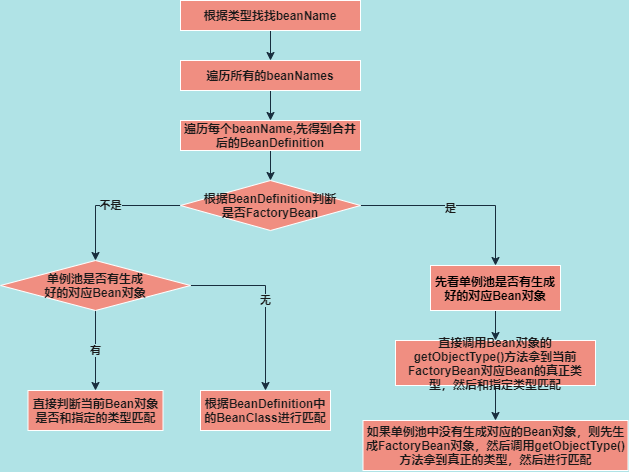
The draw.io diagram docs/spring/imgs/DefaultListableBeanFactory根据类型找beanName的底层流程.png in turn-left/turn-left.github.io, before a commit. Source tidied: cells renumbered, new cells last; positions are measured from the earlier drawing's top-left corner, leaving out a move shared by most shapes. The source it was exported from:
```xml
<mxGraphModel background="#B0E3E6">
  <root>
    <mxCell id="0" />
    <mxCell id="1" parent="0" />
    <mxCell id="2" style="edgeStyle=orthogonalEdgeStyle;rounded=0;jettySize=auto;html=1;fontStyle=1;strokeColor=#182E3E;fontColor=#1A1A1A;labelBackgroundColor=#B0E3E6;" parent="1" edge="1" source="3" target="5">
      <mxGeometry relative="1" as="geometry" />
    </mxCell>
    <mxCell id="3" value="根据类型找找beanName" style="rounded=0;whiteSpace=wrap;html=1;fontStyle=1;fillColor=#F08E81;strokeColor=#FFFFFF;fontColor=#1A1A1A;" parent="1" vertex="1">
      <mxGeometry x="180" width="180" height="30" as="geometry" />
    </mxCell>
    <mxCell id="4" style="edgeStyle=orthogonalEdgeStyle;rounded=0;jettySize=auto;html=1;fontStyle=1;strokeColor=#182E3E;fontColor=#1A1A1A;labelBackgroundColor=#B0E3E6;" parent="1" edge="1" source="5" target="7">
      <mxGeometry relative="1" as="geometry" />
    </mxCell>
    <mxCell id="5" value="遍历所有的beanNames" style="rounded=0;whiteSpace=wrap;html=1;fontStyle=1;fillColor=#F08E81;strokeColor=#FFFFFF;fontColor=#1A1A1A;" parent="1" vertex="1">
      <mxGeometry x="180" y="60" width="180" height="30" as="geometry" />
    </mxCell>
    <mxCell id="6" style="edgeStyle=orthogonalEdgeStyle;rounded=0;jettySize=auto;html=1;fontStyle=1;strokeColor=#182E3E;fontColor=#1A1A1A;labelBackgroundColor=#B0E3E6;" parent="1" edge="1" source="7" target="11">
      <mxGeometry relative="1" as="geometry" />
    </mxCell>
    <mxCell id="7" value="遍历每个beanName,先得到合并后的BeanDefinition" style="rounded=0;whiteSpace=wrap;html=1;fontStyle=1;fillColor=#F08E81;strokeColor=#FFFFFF;fontColor=#1A1A1A;" parent="1" vertex="1">
      <mxGeometry x="180" y="120" width="180" height="30" as="geometry" />
    </mxCell>
    <mxCell id="8" value="不是" style="edgeStyle=orthogonalEdgeStyle;rounded=0;jettySize=auto;html=1;entryX=0.5;entryY=0;entryDx=0;entryDy=0;exitX=0;exitY=0.5;exitDx=0;exitDy=0;fontStyle=1;strokeColor=#182E3E;fontColor=#1A1A1A;labelBackgroundColor=#B0E3E6;" parent="1" edge="1" source="11" target="14">
      <mxGeometry relative="1" as="geometry" />
    </mxCell>
    <mxCell id="9" style="edgeStyle=orthogonalEdgeStyle;rounded=0;jettySize=auto;html=1;fontStyle=1;strokeColor=#182E3E;fontColor=#1A1A1A;labelBackgroundColor=#B0E3E6;" parent="1" edge="1" source="11" target="18">
      <mxGeometry relative="1" as="geometry" />
    </mxCell>
    <mxCell id="10" value="是" style="edgeLabel;html=1;align=center;verticalAlign=middle;fontStyle=1;fontColor=#1A1A1A;labelBackgroundColor=#B0E3E6;" parent="9" vertex="1">
      <mxGeometry x="-0.08" y="-3" relative="1" as="geometry" />
    </mxCell>
    <mxCell id="11" value="根据BeanDefinition判断&lt;br&gt;是否FactoryBean" style="rhombus;whiteSpace=wrap;html=1;rounded=0;fontStyle=1;fillColor=#F08E81;strokeColor=#FFFFFF;fontColor=#1A1A1A;" parent="1" vertex="1">
      <mxGeometry x="180" y="180" width="180" height="50" as="geometry" />
    </mxCell>
    <mxCell id="12" value="有" style="edgeStyle=orthogonalEdgeStyle;rounded=0;jettySize=auto;html=1;fontStyle=1;strokeColor=#182E3E;fontColor=#1A1A1A;labelBackgroundColor=#B0E3E6;" parent="1" edge="1" source="14" target="15">
      <mxGeometry relative="1" as="geometry" />
    </mxCell>
    <mxCell id="13" value="无" style="edgeStyle=orthogonalEdgeStyle;rounded=0;jettySize=auto;html=1;fontStyle=1;strokeColor=#182E3E;fontColor=#1A1A1A;labelBackgroundColor=#B0E3E6;" parent="1" edge="1" source="14" target="16">
      <mxGeometry relative="1" as="geometry" />
    </mxCell>
    <mxCell id="14" value="单例池是否有生成&lt;br&gt;好的对应Bean对象" style="rhombus;whiteSpace=wrap;html=1;fontStyle=1;fillColor=#F08E81;strokeColor=#FFFFFF;fontColor=#1A1A1A;" parent="1" vertex="1">
      <mxGeometry y="260" width="190" height="50" as="geometry" />
    </mxCell>
    <mxCell id="15" value="直接判断当前Bean对象是否和指定的类型匹配" style="whiteSpace=wrap;html=1;fontStyle=1;fillColor=#F08E81;strokeColor=#FFFFFF;fontColor=#1A1A1A;" parent="1" vertex="1">
      <mxGeometry x="27.5" y="390" width="135" height="40" as="geometry" />
    </mxCell>
    <mxCell id="16" value="根据BeanDefinition中的BeanClass进行匹配" style="whiteSpace=wrap;html=1;fontStyle=1;fillColor=#F08E81;strokeColor=#FFFFFF;fontColor=#1A1A1A;" parent="1" vertex="1">
      <mxGeometry x="200" y="390" width="130" height="40" as="geometry" />
    </mxCell>
    <mxCell id="17" style="edgeStyle=orthogonalEdgeStyle;rounded=0;jettySize=auto;html=1;fontStyle=1;strokeColor=#182E3E;fontColor=#1A1A1A;labelBackgroundColor=#B0E3E6;" parent="1" edge="1" source="18" target="20">
      <mxGeometry relative="1" as="geometry" />
    </mxCell>
    <mxCell id="18" value="&lt;span style=&quot;color: rgb(0 , 0 , 0) ; font-family: &amp;#34;helvetica&amp;#34;&quot;&gt;先看单例池是否有生成&lt;/span&gt;&lt;span style=&quot;color: rgb(0 , 0 , 0) ; font-family: &amp;#34;helvetica&amp;#34;&quot;&gt;好的对应Bean对象&lt;/span&gt;" style="rounded=0;whiteSpace=wrap;html=1;fontStyle=1;fillColor=#F08E81;strokeColor=#FFFFFF;fontColor=#1A1A1A;" parent="1" vertex="1">
      <mxGeometry x="430" y="265" width="130" height="45" as="geometry" />
    </mxCell>
    <mxCell id="19" style="edgeStyle=orthogonalEdgeStyle;rounded=0;jettySize=auto;html=1;fontStyle=1;strokeColor=#182E3E;fontColor=#1A1A1A;labelBackgroundColor=#B0E3E6;" parent="1" edge="1" source="20" target="21">
      <mxGeometry relative="1" as="geometry" />
    </mxCell>
    <mxCell id="20" value="&lt;font face=&quot;helvetica&quot;&gt;直接调用Bean对象的getObjectType()方法拿到当前FactoryBean对应Bean的真正类型，然后和指定类型匹配&lt;/font&gt;" style="rounded=0;whiteSpace=wrap;html=1;fontStyle=1;fillColor=#F08E81;strokeColor=#FFFFFF;fontColor=#1A1A1A;" parent="1" vertex="1">
      <mxGeometry x="395" y="340" width="200" height="45" as="geometry" />
    </mxCell>
    <mxCell id="21" value="&lt;font face=&quot;helvetica&quot;&gt;如果单例池中没有生成对应的Bean对象，则先生成FactoryBean对象，然后调用getObjectType()方法拿到真正的类型，然后进行匹配&lt;/font&gt;" style="rounded=0;whiteSpace=wrap;html=1;fontStyle=1;fillColor=#F08E81;strokeColor=#FFFFFF;fontColor=#1A1A1A;" parent="1" vertex="1">
      <mxGeometry x="362.5" y="420" width="265" height="50" as="geometry" />
    </mxCell>
  </root>
</mxGraphModel>
```
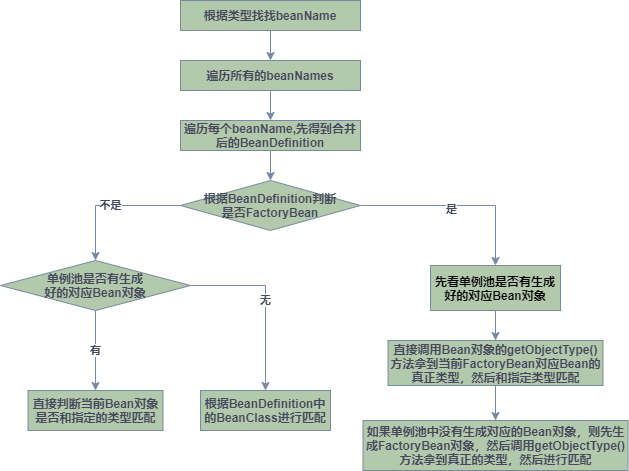
After the commit.

What changed in the source:
```diff
@@ -1,65 +1,65 @@
-<mxGraphModel background="#B0E3E6">
+<mxGraphModel>
   <root>
     <mxCell id="0" />
     <mxCell id="1" parent="0" />
-    <mxCell id="2" style="edgeStyle=orthogonalEdgeStyle;rounded=0;jettySize=auto;html=1;fontStyle=1;strokeColor=#182E3E;fontColor=#1A1A1A;labelBackgroundColor=#B0E3E6;" parent="1" edge="1" source="3" target="5">
+    <mxCell id="2" style="edgeStyle=orthogonalEdgeStyle;rounded=0;jettySize=auto;html=1;fontStyle=1;strokeColor=#788AA3;fontColor=#46495D;" parent="1" edge="1" source="3" target="5">
       <mxGeometry relative="1" as="geometry" />
     </mxCell>
-    <mxCell id="3" value="根据类型找找beanName" style="rounded=0;whiteSpace=wrap;html=1;fontStyle=1;fillColor=#F08E81;strokeColor=#FFFFFF;fontColor=#1A1A1A;" parent="1" vertex="1">
+    <mxCell id="3" value="根据类型找找beanName" style="rounded=0;whiteSpace=wrap;html=1;fontStyle=1;fillColor=#B2C9AB;strokeColor=#788AA3;fontColor=#46495D;" parent="1" vertex="1">
       <mxGeometry x="180" width="180" height="30" as="geometry" />
     </mxCell>
-    <mxCell id="4" style="edgeStyle=orthogonalEdgeStyle;rounded=0;jettySize=auto;html=1;fontStyle=1;strokeColor=#182E3E;fontColor=#1A1A1A;labelBackgroundColor=#B0E3E6;" parent="1" edge="1" source="5" target="7">
+    <mxCell id="4" style="edgeStyle=orthogonalEdgeStyle;rounded=0;jettySize=auto;html=1;fontStyle=1;strokeColor=#788AA3;fontColor=#46495D;" parent="1" edge="1" source="5" target="7">
       <mxGeometry relative="1" as="geometry" />
     </mxCell>
-    <mxCell id="5" value="遍历所有的beanNames" style="rounded=0;whiteSpace=wrap;html=1;fontStyle=1;fillColor=#F08E81;strokeColor=#FFFFFF;fontColor=#1A1A1A;" parent="1" vertex="1">
+    <mxCell id="5" value="遍历所有的beanNames" style="rounded=0;whiteSpace=wrap;html=1;fontStyle=1;fillColor=#B2C9AB;strokeColor=#788AA3;fontColor=#46495D;" parent="1" vertex="1">
       <mxGeometry x="180" y="60" width="180" height="30" as="geometry" />
     </mxCell>
-    <mxCell id="6" style="edgeStyle=orthogonalEdgeStyle;rounded=0;jettySize=auto;html=1;fontStyle=1;strokeColor=#182E3E;fontColor=#1A1A1A;labelBackgroundColor=#B0E3E6;" parent="1" edge="1" source="7" target="11">
+    <mxCell id="6" style="edgeStyle=orthogonalEdgeStyle;rounded=0;jettySize=auto;html=1;fontStyle=1;strokeColor=#788AA3;fontColor=#46495D;" parent="1" edge="1" source="7" target="11">
       <mxGeometry relative="1" as="geometry" />
     </mxCell>
-    <mxCell id="7" value="遍历每个beanName,先得到合并后的BeanDefinition" style="rounded=0;whiteSpace=wrap;html=1;fontStyle=1;fillColor=#F08E81;strokeColor=#FFFFFF;fontColor=#1A1A1A;" parent="1" vertex="1">
+    <mxCell id="7" value="遍历每个beanName,先得到合并后的BeanDefinition" style="rounded=0;whiteSpace=wrap;html=1;fontStyle=1;fillColor=#B2C9AB;strokeColor=#788AA3;fontColor=#46495D;" parent="1" vertex="1">
       <mxGeometry x="180" y="120" width="180" height="30" as="geometry" />
     </mxCell>
-    <mxCell id="8" value="不是" style="edgeStyle=orthogonalEdgeStyle;rounded=0;jettySize=auto;html=1;entryX=0.5;entryY=0;entryDx=0;entryDy=0;exitX=0;exitY=0.5;exitDx=0;exitDy=0;fontStyle=1;strokeColor=#182E3E;fontColor=#1A1A1A;labelBackgroundColor=#B0E3E6;" parent="1" edge="1" source="11" target="14">
+    <mxCell id="8" value="不是" style="edgeStyle=orthogonalEdgeStyle;rounded=0;jettySize=auto;html=1;entryX=0.5;entryY=0;entryDx=0;entryDy=0;exitX=0;exitY=0.5;exitDx=0;exitDy=0;fontStyle=1;strokeColor=#788AA3;fontColor=#46495D;" parent="1" edge="1" source="11" target="14">
       <mxGeometry relative="1" as="geometry" />
     </mxCell>
-    <mxCell id="9" style="edgeStyle=orthogonalEdgeStyle;rounded=0;jettySize=auto;html=1;fontStyle=1;strokeColor=#182E3E;fontColor=#1A1A1A;labelBackgroundColor=#B0E3E6;" parent="1" edge="1" source="11" target="18">
+    <mxCell id="9" style="edgeStyle=orthogonalEdgeStyle;rounded=0;jettySize=auto;html=1;fontStyle=1;strokeColor=#788AA3;fontColor=#46495D;" parent="1" edge="1" source="11" target="18">
       <mxGeometry relative="1" as="geometry" />
     </mxCell>
-    <mxCell id="10" value="是" style="edgeLabel;html=1;align=center;verticalAlign=middle;fontStyle=1;fontColor=#1A1A1A;labelBackgroundColor=#B0E3E6;" parent="9" vertex="1">
+    <mxCell id="10" value="是" style="edgeLabel;html=1;align=center;verticalAlign=middle;fontStyle=1;fontColor=#46495D;" parent="9" vertex="1">
       <mxGeometry x="-0.08" y="-3" relative="1" as="geometry" />
     </mxCell>
-    <mxCell id="11" value="根据BeanDefinition判断&lt;br&gt;是否FactoryBean" style="rhombus;whiteSpace=wrap;html=1;rounded=0;fontStyle=1;fillColor=#F08E81;strokeColor=#FFFFFF;fontColor=#1A1A1A;" parent="1" vertex="1">
+    <mxCell id="11" value="根据BeanDefinition判断&lt;br&gt;是否FactoryBean" style="rhombus;whiteSpace=wrap;html=1;rounded=0;fontStyle=1;fillColor=#B2C9AB;strokeColor=#788AA3;fontColor=#46495D;" parent="1" vertex="1">
       <mxGeometry x="180" y="180" width="180" height="50" as="geometry" />
     </mxCell>
-    <mxCell id="12" value="有" style="edgeStyle=orthogonalEdgeStyle;rounded=0;jettySize=auto;html=1;fontStyle=1;strokeColor=#182E3E;fontColor=#1A1A1A;labelBackgroundColor=#B0E3E6;" parent="1" edge="1" source="14" target="15">
+    <mxCell id="12" value="有" style="edgeStyle=orthogonalEdgeStyle;rounded=0;jettySize=auto;html=1;fontStyle=1;strokeColor=#788AA3;fontColor=#46495D;" parent="1" edge="1" source="14" target="15">
       <mxGeometry relative="1" as="geometry" />
     </mxCell>
-    <mxCell id="13" value="无" style="edgeStyle=orthogonalEdgeStyle;rounded=0;jettySize=auto;html=1;fontStyle=1;strokeColor=#182E3E;fontColor=#1A1A1A;labelBackgroundColor=#B0E3E6;" parent="1" edge="1" source="14" target="16">
+    <mxCell id="13" value="无" style="edgeStyle=orthogonalEdgeStyle;rounded=0;jettySize=auto;html=1;fontStyle=1;strokeColor=#788AA3;fontColor=#46495D;" parent="1" edge="1" source="14" target="16">
       <mxGeometry relative="1" as="geometry" />
     </mxCell>
-    <mxCell id="14" value="单例池是否有生成&lt;br&gt;好的对应Bean对象" style="rhombus;whiteSpace=wrap;html=1;fontStyle=1;fillColor=#F08E81;strokeColor=#FFFFFF;fontColor=#1A1A1A;" parent="1" vertex="1">
+    <mxCell id="14" value="单例池是否有生成&lt;br&gt;好的对应Bean对象" style="rhombus;whiteSpace=wrap;html=1;fontStyle=1;fillColor=#B2C9AB;strokeColor=#788AA3;fontColor=#46495D;" parent="1" vertex="1">
       <mxGeometry y="260" width="190" height="50" as="geometry" />
     </mxCell>
-    <mxCell id="15" value="直接判断当前Bean对象是否和指定的类型匹配" style="whiteSpace=wrap;html=1;fontStyle=1;fillColor=#F08E81;strokeColor=#FFFFFF;fontColor=#1A1A1A;" parent="1" vertex="1">
+    <mxCell id="15" value="直接判断当前Bean对象是否和指定的类型匹配" style="whiteSpace=wrap;html=1;fontStyle=1;fillColor=#B2C9AB;strokeColor=#788AA3;fontColor=#46495D;" parent="1" vertex="1">
       <mxGeometry x="27.5" y="390" width="135" height="40" as="geometry" />
     </mxCell>
-    <mxCell id="16" value="根据BeanDefinition中的BeanClass进行匹配" style="whiteSpace=wrap;html=1;fontStyle=1;fillColor=#F08E81;strokeColor=#FFFFFF;fontColor=#1A1A1A;" parent="1" vertex="1">
+    <mxCell id="16" value="根据BeanDefinition中的BeanClass进行匹配" style="whiteSpace=wrap;html=1;fontStyle=1;fillColor=#B2C9AB;strokeColor=#788AA3;fontColor=#46495D;" parent="1" vertex="1">
       <mxGeometry x="200" y="390" width="130" height="40" as="geometry" />
     </mxCell>
-    <mxCell id="17" style="edgeStyle=orthogonalEdgeStyle;rounded=0;jettySize=auto;html=1;fontStyle=1;strokeColor=#182E3E;fontColor=#1A1A1A;labelBackgroundColor=#B0E3E6;" parent="1" edge="1" source="18" target="20">
+    <mxCell id="17" style="edgeStyle=orthogonalEdgeStyle;rounded=0;jettySize=auto;html=1;fontStyle=1;strokeColor=#788AA3;fontColor=#46495D;" parent="1" edge="1" source="18" target="20">
       <mxGeometry relative="1" as="geometry" />
     </mxCell>
-    <mxCell id="18" value="&lt;span style=&quot;color: rgb(0 , 0 , 0) ; font-family: &amp;#34;helvetica&amp;#34;&quot;&gt;先看单例池是否有生成&lt;/span&gt;&lt;span style=&quot;color: rgb(0 , 0 , 0) ; font-family: &amp;#34;helvetica&amp;#34;&quot;&gt;好的对应Bean对象&lt;/span&gt;" style="rounded=0;whiteSpace=wrap;html=1;fontStyle=1;fillColor=#F08E81;strokeColor=#FFFFFF;fontColor=#1A1A1A;" parent="1" vertex="1">
+    <mxCell id="18" value="&lt;span style=&quot;color: rgb(0 , 0 , 0) ; font-family: &amp;#34;helvetica&amp;#34;&quot;&gt;先看单例池是否有生成&lt;/span&gt;&lt;span style=&quot;color: rgb(0 , 0 , 0) ; font-family: &amp;#34;helvetica&amp;#34;&quot;&gt;好的对应Bean对象&lt;/span&gt;" style="rounded=0;whiteSpace=wrap;html=1;fontStyle=1;fillColor=#B2C9AB;strokeColor=#788AA3;fontColor=#46495D;" parent="1" vertex="1">
       <mxGeometry x="430" y="265" width="130" height="45" as="geometry" />
     </mxCell>
-    <mxCell id="19" style="edgeStyle=orthogonalEdgeStyle;rounded=0;jettySize=auto;html=1;fontStyle=1;strokeColor=#182E3E;fontColor=#1A1A1A;labelBackgroundColor=#B0E3E6;" parent="1" edge="1" source="20" target="21">
+    <mxCell id="19" style="edgeStyle=orthogonalEdgeStyle;rounded=0;jettySize=auto;html=1;fontStyle=1;strokeColor=#788AA3;fontColor=#46495D;" parent="1" edge="1" source="20" target="21">
       <mxGeometry relative="1" as="geometry" />
     </mxCell>
-    <mxCell id="20" value="&lt;font face=&quot;helvetica&quot;&gt;直接调用Bean对象的getObjectType()方法拿到当前FactoryBean对应Bean的真正类型，然后和指定类型匹配&lt;/font&gt;" style="rounded=0;whiteSpace=wrap;html=1;fontStyle=1;fillColor=#F08E81;strokeColor=#FFFFFF;fontColor=#1A1A1A;" parent="1" vertex="1">
-      <mxGeometry x="395" y="340" width="200" height="45" as="geometry" />
+    <mxCell id="20" value="&lt;font face=&quot;helvetica&quot;&gt;直接调用Bean对象的getObjectType()方法拿到当前FactoryBean对应Bean的真正类型，然后和指定类型匹配&lt;/font&gt;" style="rounded=0;whiteSpace=wrap;html=1;fontStyle=1;fillColor=#B2C9AB;strokeColor=#788AA3;fontColor=#46495D;" parent="1" vertex="1">
+      <mxGeometry x="387.5" y="340" width="215" height="45" as="geometry" />
     </mxCell>
-    <mxCell id="21" value="&lt;font face=&quot;helvetica&quot;&gt;如果单例池中没有生成对应的Bean对象，则先生成FactoryBean对象，然后调用getObjectType()方法拿到真正的类型，然后进行匹配&lt;/font&gt;" style="rounded=0;whiteSpace=wrap;html=1;fontStyle=1;fillColor=#F08E81;strokeColor=#FFFFFF;fontColor=#1A1A1A;" parent="1" vertex="1">
+    <mxCell id="21" value="&lt;font face=&quot;helvetica&quot;&gt;如果单例池中没有生成对应的Bean对象，则先生成FactoryBean对象，然后调用getObjectType()方法拿到真正的类型，然后进行匹配&lt;/font&gt;" style="rounded=0;whiteSpace=wrap;html=1;fontStyle=1;fillColor=#B2C9AB;strokeColor=#788AA3;fontColor=#46495D;" parent="1" vertex="1">
       <mxGeometry x="362.5" y="420" width="265" height="50" as="geometry" />
     </mxCell>
   </root>
```
